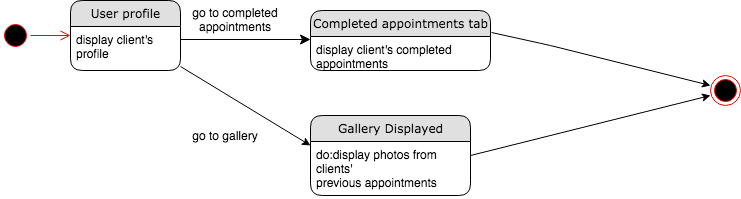
kkasharaj17/SE-project keeps this draw.io diagram as Diagrams/State Chart Diagrams/ST_27_30 VIEW COMPLETED APPOINTMENT,CLIENT GALLERY.png. Above is the earlier version. Source tidied: cells renumbered, new cells last; positions are measured from the earlier drawing's top-left corner, leaving out a move shared by most shapes.
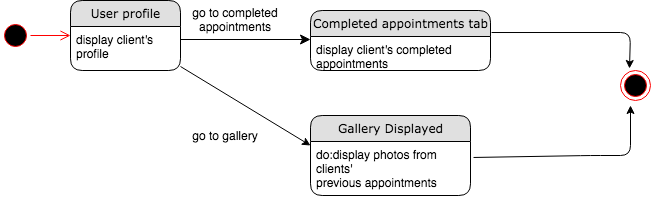
The same file after the commit.

Change to the diagram source:
```diff
@@ -9,7 +9,7 @@
       </mxGeometry>
     </mxCell>
     <mxCell id="3" style="ellipse;html=1;shape=endState;fillColor=#000000;strokeColor=#ff0000;" parent="1" vertex="1">
-      <mxGeometry x="710" y="75" width="30" height="30" as="geometry" />
+      <mxGeometry x="620" y="70" width="30" height="30" as="geometry" />
     </mxCell>
     <mxCell id="4" style="ellipse;html=1;shape=startState;fillColor=#000000;strokeColor=#ff0000;" parent="1" vertex="1">
       <mxGeometry y="20" width="30" height="30" as="geometry" />
@@ -22,11 +22,10 @@
     <mxCell id="6" value="go to completed appointments" style="text;html=1;strokeColor=none;fillColor=none;align=center;verticalAlign=middle;whiteSpace=wrap;rounded=0;" parent="1" vertex="1">
       <mxGeometry x="180" y="9" width="110" height="20" as="geometry" />
     </mxCell>
-    <mxCell id="7" style="endArrow=classic;html=1;exitX=1.006;exitY=0.367;exitDx=0;exitDy=0;exitPerimeter=0;" parent="1" edge="1" source="10">
+    <mxCell id="7" style="endArrow=classic;html=1;exitX=1.006;exitY=0.367;exitDx=0;exitDy=0;exitPerimeter=0;entryX=0.3;entryY=-0.067;entryDx=0;entryDy=0;entryPerimeter=0;" parent="1" edge="1" source="10" target="3">
       <mxGeometry relative="1" as="geometry">
-        <mxPoint x="710" y="85" as="targetPoint" />
         <Array as="points">
-          <mxPoint x="550" y="45" />
+          <mxPoint x="630" y="32" />
         </Array>
       </mxGeometry>
     </mxCell>
@@ -57,12 +56,12 @@
     <mxCell id="15" value="go to gallery" style="text;html=1;strokeColor=none;fillColor=none;align=center;verticalAlign=middle;whiteSpace=wrap;rounded=0;" parent="1" vertex="1">
       <mxGeometry x="170" y="125" width="110" height="20" as="geometry" />
     </mxCell>
-    <mxCell id="16" style="endArrow=classic;html=1;" parent="1" edge="1">
+    <mxCell id="16" style="endArrow=classic;html=1;exitX=1.019;exitY=0.296;exitDx=0;exitDy=0;exitPerimeter=0;" parent="1" edge="1" source="14">
       <mxGeometry relative="1" as="geometry">
-        <mxPoint x="470" y="155" as="sourcePoint" />
-        <mxPoint x="710" y="95" as="targetPoint" />
+        <mxPoint x="630" y="105" as="targetPoint" />
         <Array as="points">
-          <mxPoint x="550" y="135" />
+          <mxPoint x="590" y="155" />
+          <mxPoint x="630" y="155" />
         </Array>
       </mxGeometry>
     </mxCell>
```
